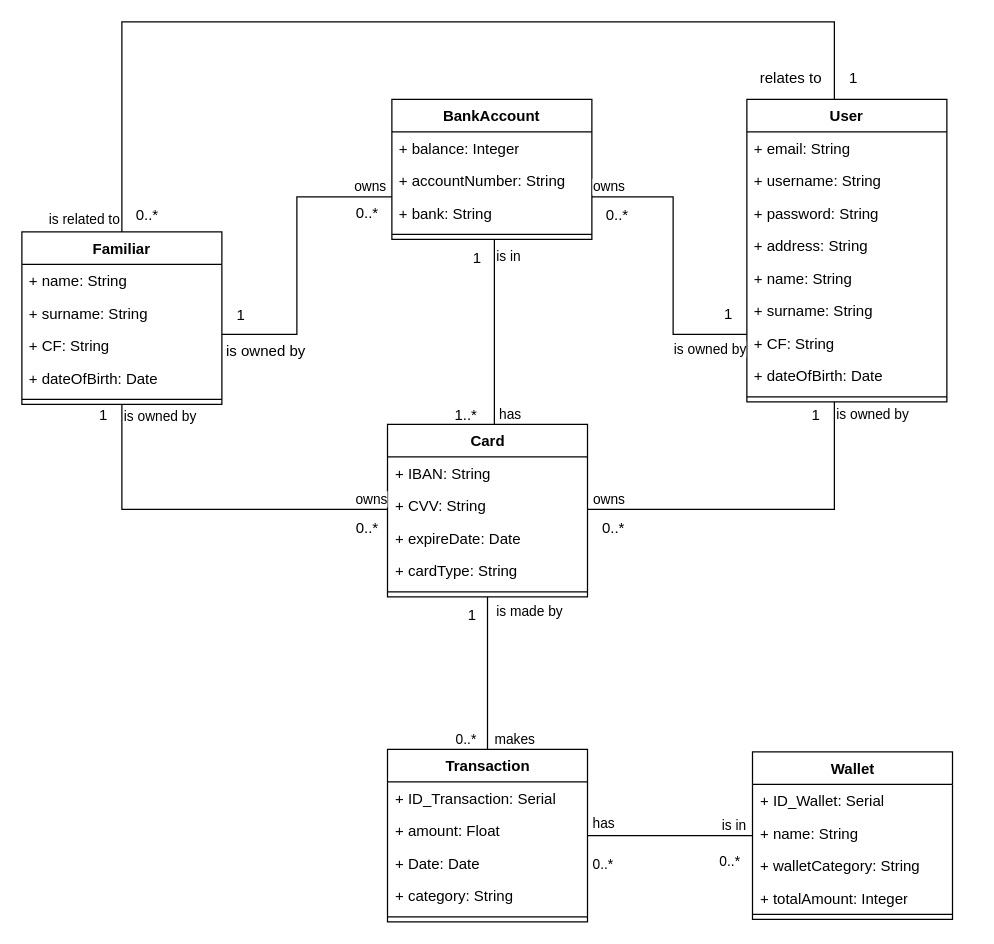
Above: Database/Documentation/RestructuredUMLdiagram.drawio in Franwik/SavingMoneyUnina (draw.io), before the change. Source tidied: cells renumbered, new cells numbered last; positions are measured from the earlier drawing's top-left corner, leaving out a move shared by most shapes. Both pictures are drawn from the tidied source at 125%, with x=0, y=0 at pixel (21, 21).
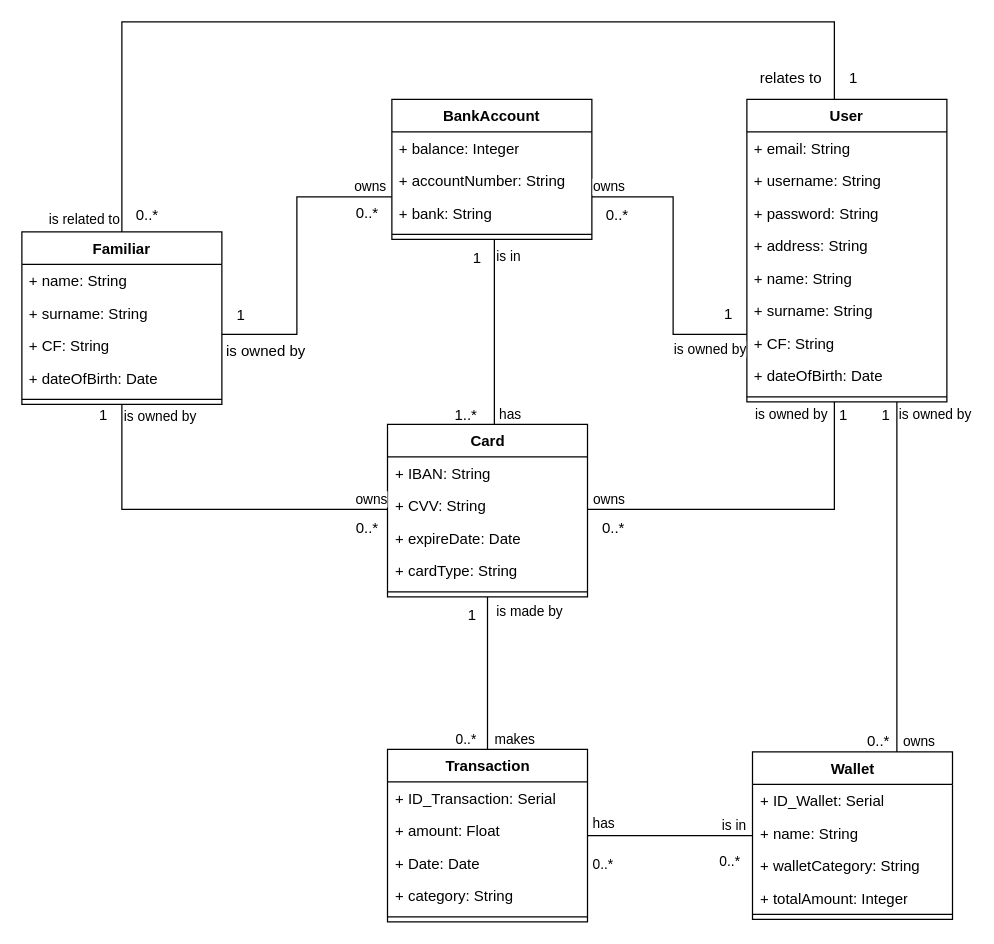
The same page after the edit.

The change refers to these unchanged cells:
```xml
<mxCell id="8" value="Wallet" style="swimlane;fontStyle=1;align=center;verticalAlign=top;horizontal=1;startSize=26;whiteSpace=wrap;html=1;" parent="1" vertex="1">
  <mxGeometry x="584.5" y="584" width="160" height="134" as="geometry" />
</mxCell>
<mxCell id="34" value="User" style="swimlane;fontStyle=1;align=center;verticalAlign=top;horizontal=1;startSize=26;whiteSpace=wrap;html=1;" parent="1" vertex="1">
  <mxGeometry x="580" y="62" width="160" height="242" as="geometry" />
</mxCell>
<mxCell id="70" style="endArrow=none;html=1;edgeStyle=orthogonalEdgeStyle;rounded=0;" parent="1" edge="1" source="34" target="2">
  <mxGeometry relative="1" as="geometry">
    <Array as="points">
      <mxPoint x="650" y="390" />
    </Array>
  </mxGeometry>
</mxCell>
```

Diff of the diagram source:
```diff
@@
     <mxCell id="71" value="is owned by" style="edgeLabel;html=1;align=left;verticalAlign=bottom;" parent="70" vertex="1">
       <mxGeometry x="-1" relative="1" as="geometry">
-        <mxPoint y="18" as="offset" />
+        <mxPoint x="-65" y="18" as="offset" />
       </mxGeometry>
     </mxCell>
@@
     <mxCell id="74" value="1" style="text;html=1;align=center;verticalAlign=middle;strokeColor=none;fillColor=none;" parent="1" vertex="1">
-      <mxGeometry x="620" y="300" width="30" height="30" as="geometry" />
+      <mxGeometry x="642" y="300" width="30" height="30" as="geometry" />
     </mxCell>
@@
+    <mxCell id="81" style="endArrow=none;html=1;edgeStyle=orthogonalEdgeStyle;rounded=0;" parent="1" edge="1" source="34" target="8">
+      <mxGeometry relative="1" as="geometry">
+        <Array as="points">
+          <mxPoint x="700" y="520" />
+          <mxPoint x="700" y="520" />
+        </Array>
+      </mxGeometry>
+    </mxCell>
+    <mxCell id="82" value="is owned by" style="edgeLabel;html=1;align=left;verticalAlign=bottom;" parent="81" vertex="1">
+      <mxGeometry x="-1" relative="1" as="geometry">
+        <mxPoint y="18" as="offset" />
+      </mxGeometry>
+    </mxCell>
+    <mxCell id="83" value="owns" style="edgeLabel;html=1;align=right;verticalAlign=bottom;" parent="81" vertex="1">
+      <mxGeometry x="1" relative="1" as="geometry">
+        <mxPoint x="31" as="offset" />
+      </mxGeometry>
+    </mxCell>
+    <mxCell id="84" value="1" style="text;html=1;align=center;verticalAlign=middle;strokeColor=none;fillColor=none;" parent="1" vertex="1">
+      <mxGeometry x="676" y="300" width="30" height="30" as="geometry" />
+    </mxCell>
+    <mxCell id="85" value="0..*" style="text;html=1;align=center;verticalAlign=middle;strokeColor=none;fillColor=none;" parent="1" vertex="1">
+      <mxGeometry x="665" y="561" width="40" height="30" as="geometry" />
+    </mxCell>
```
